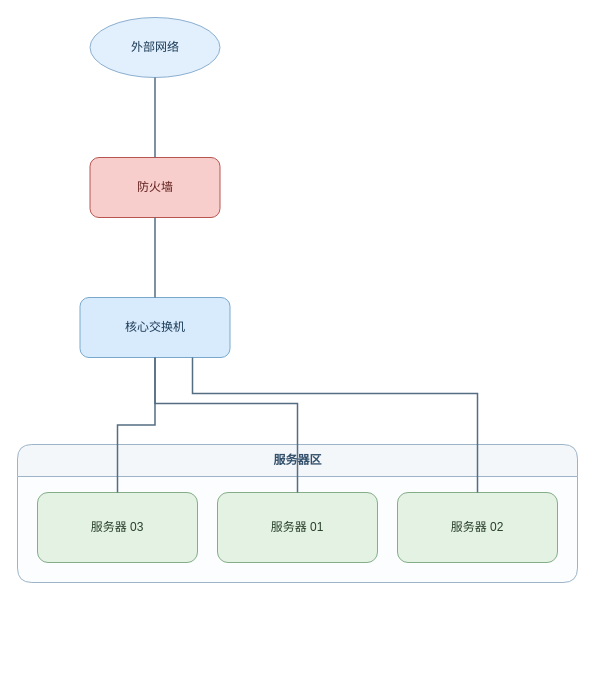
Above: out/network.drawio in ttonghao-thao/Ai-Diagram (draw.io), before the change. Source tidied: cells renumbered, new cells numbered last; positions are measured from the earlier drawing's top-left corner, leaving out a move shared by most shapes. Both pictures are drawn from the tidied source at 100%, with x=0, y=0 at pixel (17, 17).
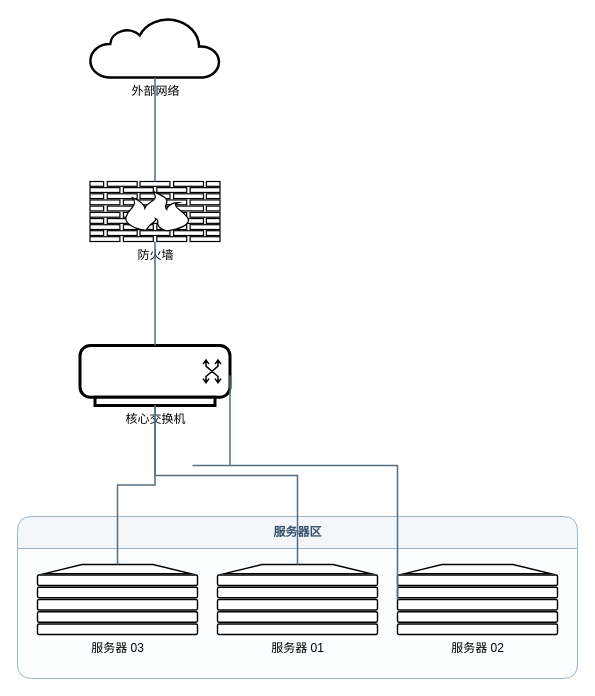
The same page after the edit.

The edit, as a diff of the source:
```diff
@@
 <mxGraphModel>
   <root>
     <mxCell id="0" />
     <mxCell id="1" parent="0" />
     <mxCell id="2" value="服务器区" style="swimlane;html=1;startSize=32;horizontal=1;rounded=1;fillColor=#F4F7FA;strokeColor=#9DB4C8;fontColor=#33506B;swimlaneFillColor=#FBFDFE;" parent="1" vertex="1">
-      <mxGeometry y="427" width="560" height="138" as="geometry" />
+      <mxGeometry y="499" width="560" height="162" as="geometry" />
     </mxCell>
-    <mxCell id="3" value="外部网络" style="ellipse;whiteSpace=wrap;html=1;align=center;verticalAlign=middle;fillColor=#E1F0FC;strokeColor=#8CAFD0;fontColor=#1B3A57;" parent="1" vertex="1">
+    <mxCell id="3" value="外部网络" style="shape=mxgraph.networks.cloud;verticalLabelPosition=bottom;verticalAlign=top;align=center;html=1;aiKind=cloud;" parent="1" vertex="1">
       <mxGeometry x="72.5" width="130" height="60" as="geometry" />
     </mxCell>
-    <mxCell id="4" value="防火墙" style="whiteSpace=wrap;html=1;align=center;verticalAlign=middle;rounded=1;fillColor=#F8CECC;strokeColor=#B85450;fontColor=#5F1F1D;" parent="1" vertex="1">
-      <mxGeometry x="72.5" y="140" width="130" height="60" as="geometry" />
+    <mxCell id="4" value="防火墙" style="shape=mxgraph.networks.firewall;verticalLabelPosition=bottom;verticalAlign=top;align=center;html=1;aiKind=firewall;" parent="1" vertex="1">
+      <mxGeometry x="72.5" y="164" width="130" height="60" as="geometry" />
     </mxCell>
-    <mxCell id="5" value="核心交换机" style="whiteSpace=wrap;html=1;align=center;verticalAlign=middle;rounded=1;fillColor=#D8EBFC;strokeColor=#78A9CD;fontColor=#1B3A57;" parent="1" vertex="1">
-      <mxGeometry x="62.5" y="280" width="150" height="60" as="geometry" />
+    <mxCell id="5" value="核心交换机" style="shape=mxgraph.networks.switch;verticalLabelPosition=bottom;verticalAlign=top;align=center;html=1;aiKind=switch;" parent="1" vertex="1">
+      <mxGeometry x="62.5" y="328" width="150" height="60" as="geometry" />
     </mxCell>
-    <mxCell id="6" value="服务器 01" style="whiteSpace=wrap;html=1;align=center;verticalAlign=middle;rounded=1;fillColor=#E4F2E4;strokeColor=#85AE88;fontColor=#28402A;" parent="2" vertex="1">
+    <mxCell id="6" value="服务器 01" style="shape=mxgraph.networks.server;verticalLabelPosition=bottom;verticalAlign=top;align=center;html=1;aiKind=server;" parent="2" vertex="1">
       <mxGeometry x="200" y="48" width="160" height="70" as="geometry" />
     </mxCell>
-    <mxCell id="7" value="服务器 02" style="whiteSpace=wrap;html=1;align=center;verticalAlign=middle;rounded=1;fillColor=#E4F2E4;strokeColor=#85AE88;fontColor=#28402A;" parent="2" vertex="1">
+    <mxCell id="7" value="服务器 02" style="shape=mxgraph.networks.server;verticalLabelPosition=bottom;verticalAlign=top;align=center;html=1;aiKind=server;" parent="2" vertex="1">
       <mxGeometry x="380" y="48" width="160" height="70" as="geometry" />
     </mxCell>
-    <mxCell id="8" value="服务器 03" style="whiteSpace=wrap;html=1;align=center;verticalAlign=middle;rounded=1;fillColor=#E4F2E4;strokeColor=#85AE88;fontColor=#28402A;" parent="2" vertex="1">
+    <mxCell id="8" value="服务器 03" style="shape=mxgraph.networks.server;verticalLabelPosition=bottom;verticalAlign=top;align=center;html=1;aiKind=server;" parent="2" vertex="1">
       <mxGeometry x="20" y="48" width="160" height="70" as="geometry" />
     </mxCell>
-    <mxCell id="9" style="edgeStyle=orthogonalEdgeStyle;rounded=0;jettySize=auto;html=1;strokeColor=#536D83;strokeWidth=1.5;startArrow=none;startFill=0;endArrow=none;endFill=0;" parent="1" edge="1" source="3" target="4">
+    <mxCell id="9" style="edgeStyle=orthogonalEdgeStyle;rounded=0;jettySize=auto;html=1;strokeColor=#536D83;strokeWidth=1.5;startArrow=none;startFill=0;endArrow=none;endFill=0;exitX=0.5;exitY=1;exitDx=0;exitDy=0;entryX=0.5;entryY=0;entryDx=0;entryDy=0;" parent="1" edge="1" source="3" target="4">
       <mxGeometry relative="1" as="geometry" />
     </mxCell>
-    <mxCell id="10" style="edgeStyle=orthogonalEdgeStyle;rounded=0;jettySize=auto;html=1;strokeColor=#536D83;strokeWidth=1.5;startArrow=none;startFill=0;endArrow=none;endFill=0;" parent="1" edge="1" source="4" target="5">
+    <mxCell id="10" style="edgeStyle=orthogonalEdgeStyle;rounded=0;jettySize=auto;html=1;strokeColor=#536D83;strokeWidth=1.5;startArrow=none;startFill=0;endArrow=none;endFill=0;exitX=0.5;exitY=1;exitDx=0;exitDy=0;entryX=0.5;entryY=0;entryDx=0;entryDy=0;" parent="1" edge="1" source="4" target="5">
       <mxGeometry relative="1" as="geometry" />
     </mxCell>
-    <mxCell id="11" style="edgeStyle=orthogonalEdgeStyle;rounded=0;jettySize=auto;html=1;strokeColor=#536D83;strokeWidth=1.5;startArrow=none;startFill=0;endArrow=none;endFill=0;" parent="1" edge="1" source="5" target="6">
+    <mxCell id="11" style="edgeStyle=orthogonalEdgeStyle;rounded=0;jettySize=auto;html=1;strokeColor=#536D83;strokeWidth=1.5;startArrow=none;startFill=0;endArrow=none;endFill=0;exitX=0.5;exitY=1;exitDx=0;exitDy=0;entryX=0.5;entryY=0;entryDx=0;entryDy=0;" parent="1" edge="1" source="5" target="6">
       <mxGeometry relative="1" as="geometry">
         <Array as="points">
-          <mxPoint x="137.5" y="386" />
-          <mxPoint x="280" y="386" />
+          <mxPoint x="137.5" y="458" />
+          <mxPoint x="280" y="458" />
         </Array>
       </mxGeometry>
     </mxCell>
-    <mxCell id="12" style="edgeStyle=orthogonalEdgeStyle;rounded=0;jettySize=auto;html=1;strokeColor=#536D83;strokeWidth=1.5;startArrow=none;startFill=0;endArrow=none;endFill=0;" parent="1" edge="1" source="5" target="7">
+    <mxCell id="12" style="edgeStyle=orthogonalEdgeStyle;rounded=0;jettySize=auto;html=1;strokeColor=#536D83;strokeWidth=1.5;startArrow=none;startFill=0;endArrow=none;endFill=0;exitX=1;exitY=0.5;exitDx=0;exitDy=0;entryX=0;entryY=0.5;entryDx=0;entryDy=0;" parent="1" edge="1" source="5" target="7">
       <mxGeometry relative="1" as="geometry">
         <Array as="points">
-          <mxPoint x="175" y="376" />
-          <mxPoint x="460" y="376" />
+          <mxPoint x="175" y="448" />
+          <mxPoint x="460" y="448" />
         </Array>
       </mxGeometry>
     </mxCell>
-    <mxCell id="13" style="edgeStyle=orthogonalEdgeStyle;rounded=0;jettySize=auto;html=1;strokeColor=#536D83;strokeWidth=1.5;startArrow=none;startFill=0;endArrow=none;endFill=0;" parent="1" edge="1" source="5" target="8">
+    <mxCell id="13" style="edgeStyle=orthogonalEdgeStyle;rounded=0;jettySize=auto;html=1;strokeColor=#536D83;strokeWidth=1.5;startArrow=none;startFill=0;endArrow=none;endFill=0;exitX=0.5;exitY=1;exitDx=0;exitDy=0;entryX=0.5;entryY=0;entryDx=0;entryDy=0;" parent="1" edge="1" source="5" target="8">
       <mxGeometry relative="1" as="geometry" />
     </mxCell>
   </root>
 </mxGraphModel>
```
